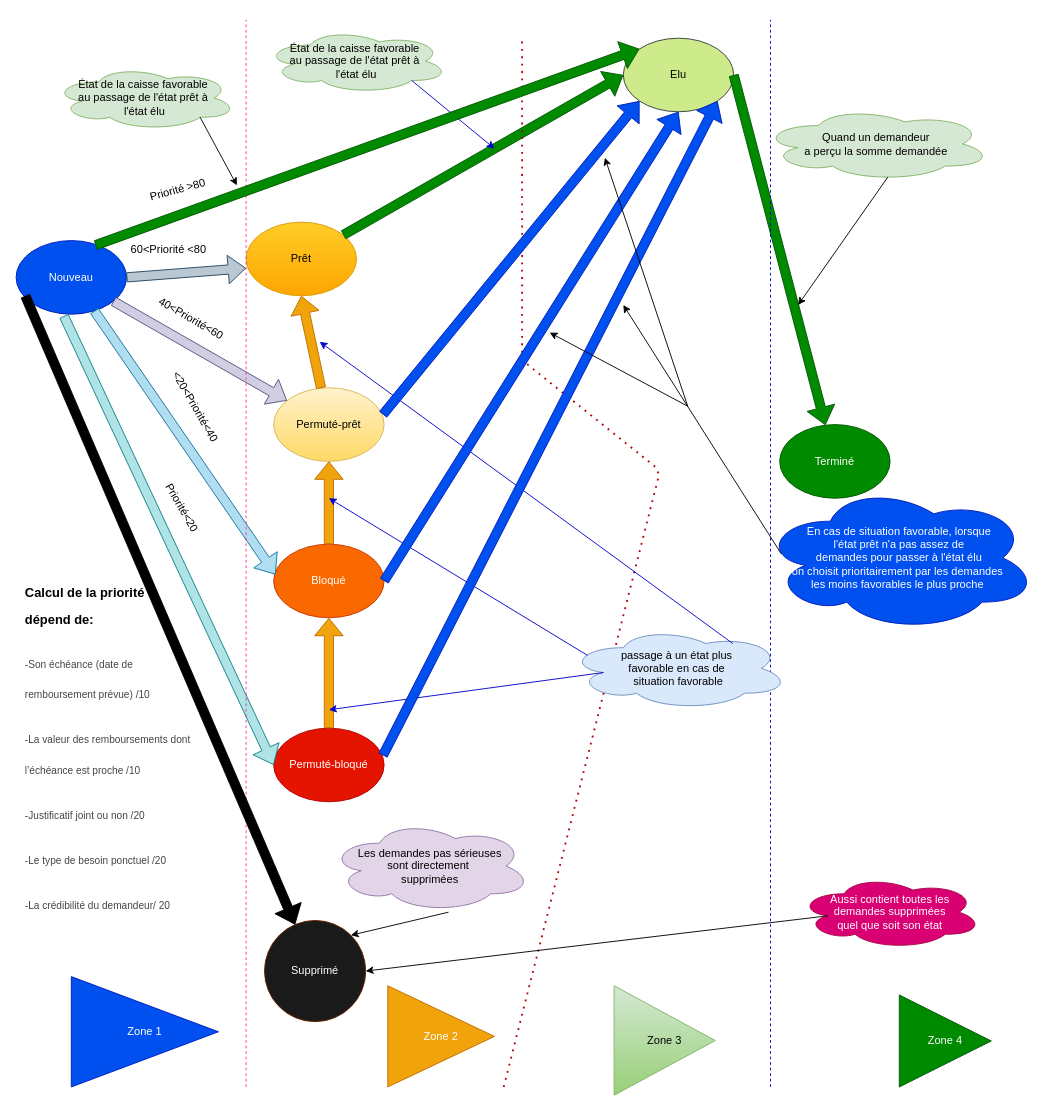
Earlier version of the draw.io diagram Untitled Diagram.drawio (ambou-97/Sutura). Source tidied: cells renumbered, new cells numbered last; positions are measured from the earlier drawing's top-left corner, leaving out a move shared by most shapes. Both pictures are drawn from the tidied source at 92%, with x=0, y=0 at pixel (16, 19).
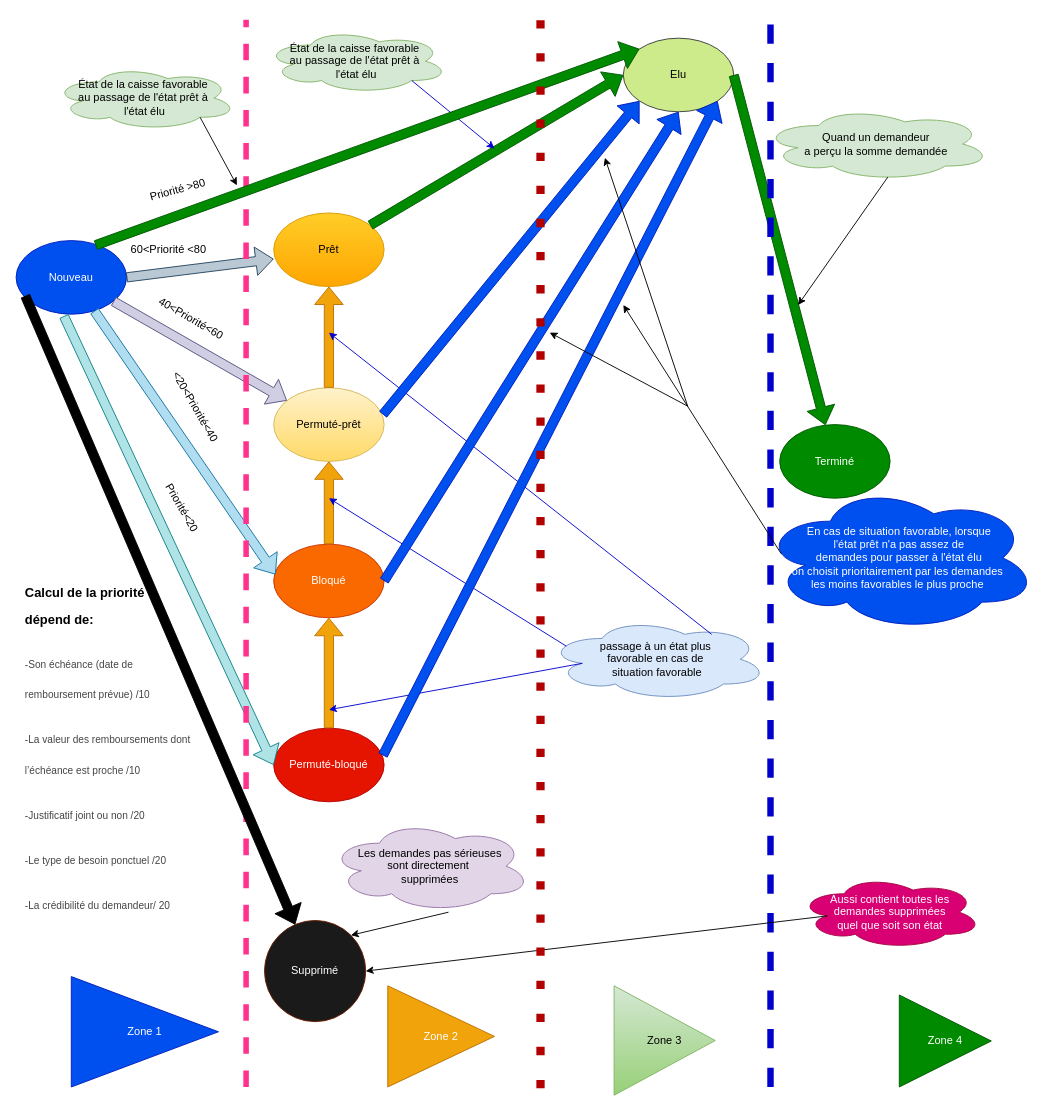
After the change.

The edit, as a diff of the source:
```diff
@@
     <mxCell id="3" value="Prêt" style="ellipse;whiteSpace=wrap;html=1;gradientColor=#ffa500;fillColor=#ffcd28;strokeColor=#d79b00;" parent="1" vertex="1">
-      <mxGeometry x="250" y="220" width="120" height="80" as="geometry" />
+      <mxGeometry x="280" y="210" width="120" height="80" as="geometry" />
     </mxCell>
@@
-    <mxCell id="23" style="endArrow=none;dashed=1;html=1;fillColor=#FF2146;strokeColor=#FF338B;" parent="1" edge="1">
+    <mxCell id="23" style="endArrow=none;dashed=1;html=1;fillColor=#FF2146;strokeColor=#FF338B;strokeWidth=6;" parent="1" edge="1">
       <mxGeometry relative="1" as="geometry">
         <mxPoint x="250" y="1160" as="sourcePoint" />
         <mxPoint x="250" as="targetPoint" />
       </mxGeometry>
     </mxCell>
-    <mxCell id="24" style="endArrow=none;dashed=1;html=1;dashPattern=1 3;strokeWidth=2;fillColor=#e51400;strokeColor=#B20000;" parent="1" edge="1">
-      <mxGeometry relative="1" as="geometry">
-        <mxPoint x="530" y="1160" as="sourcePoint" />
-        <mxPoint x="550" y="20" as="targetPoint" />
-        <Array as="points">
-          <mxPoint x="700" y="490" />
-          <mxPoint x="550" y="370" />
-        </Array>
-      </mxGeometry>
-    </mxCell>
-    <mxCell id="25" style="endArrow=none;dashed=1;html=1;strokeColor=#0000CC;fillColor=#FF2146;" parent="1" edge="1">
+    <mxCell id="25" style="endArrow=none;dashed=1;html=1;strokeColor=#0000CC;fillColor=#FF2146;strokeWidth=7;" parent="1" edge="1">
       <mxGeometry relative="1" as="geometry">
         <mxPoint x="820" y="1160" as="sourcePoint" />
         <mxPoint x="820" as="targetPoint" />
       </mxGeometry>
     </mxCell>
@@
     <mxCell id="29" value="passage à un état plus&amp;nbsp;&lt;br&gt;favorable en cas de&amp;nbsp;&lt;br&gt;situation favorable" style="ellipse;shape=cloud;whiteSpace=wrap;html=1;fillColor=#dae8fc;strokeColor=#6c8ebf;" parent="1" vertex="1">
-      <mxGeometry x="600" y="660" width="240" height="90" as="geometry" />
+      <mxGeometry x="577" y="650" width="240" height="90" as="geometry" />
     </mxCell>
     <mxCell id="30" style="endArrow=classic;html=1;strokeColor=#0000CC;fillColor=#FF2146;exitX=0.746;exitY=0.2;exitDx=0;exitDy=0;exitPerimeter=0;" parent="1" edge="1" source="29">
       <mxGeometry relative="1" as="geometry">
-        <mxPoint x="330" y="350" as="targetPoint" />
+        <mxPoint x="340" y="340" as="targetPoint" />
       </mxGeometry>
     </mxCell>
@@
+    <mxCell id="55" style="endArrow=none;dashed=1;html=1;dashPattern=1 3;strokeWidth=9;fillColor=#e51400;strokeColor=#B20000;" parent="1" edge="1">
+      <mxGeometry relative="1" as="geometry">
+        <mxPoint x="570" y="1161.4" as="sourcePoint" />
+        <mxPoint x="570" as="targetPoint" />
+      </mxGeometry>
+    </mxCell>
```
